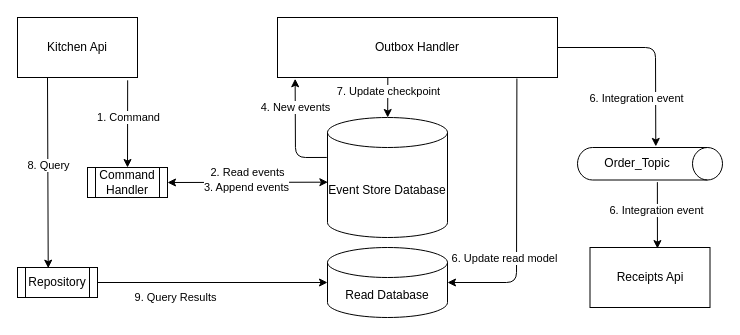
Above: Images/diagram.drawio in RobertoFreireFerrazPassos/EventSourcing-and-Cqrs (draw.io), before the change. Source tidied: cells renumbered, new cells numbered last; positions are measured from the earlier drawing's top-left corner, leaving out a move shared by most shapes. Both pictures are drawn from the tidied source at 100%, with x=0, y=0 at pixel (17, 17).
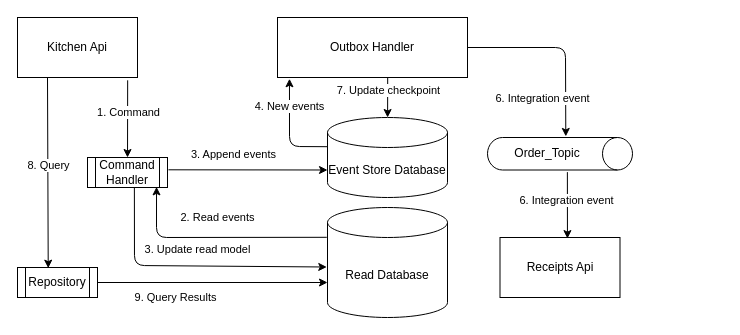
Above is the later version.

Unchanged cells that the change refers to:
```xml
<mxCell id="12" value="Repository" style="shape=process;whiteSpace=wrap;html=1;backgroundOutline=1;" parent="1" vertex="1">
  <mxGeometry y="250" width="80" height="30" as="geometry" />
</mxCell>
```

The edit, as a diff of the source:
```diff
@@
-    <mxCell id="2" value="4. New events" style="edgeStyle=none;html=1;exitX=-0.006;exitY=0.333;exitDx=0;exitDy=0;exitPerimeter=0;entryX=0.063;entryY=1.021;entryDx=0;entryDy=0;entryPerimeter=0;" parent="1" edge="1" source="20" target="15">
+    <mxCell id="2" value="4. New events" style="edgeStyle=none;html=1;exitX=0;exitY=0.365;exitDx=0;exitDy=0;exitPerimeter=0;entryX=0.063;entryY=1.021;entryDx=0;entryDy=0;entryPerimeter=0;" parent="1" edge="1" source="20" target="15">
       <mxGeometry x="0.48" relative="1" as="geometry">
         <Array as="points">
-          <mxPoint x="278" y="140" />
+          <mxPoint x="272" y="129" />
         </Array>
       </mxGeometry>
     </mxCell>
@@
+    <mxCell id="26" style="edgeStyle=none;html=1;entryX=0;entryY=0;entryDx=0;entryDy=52.5;entryPerimeter=0;exitX=1.012;exitY=0.41;exitDx=0;exitDy=0;exitPerimeter=0;" parent="1" edge="1" source="8" target="20">
+      <mxGeometry relative="1" as="geometry" />
+    </mxCell>
+    <mxCell id="10" value="3. Append events" style="edgeLabel;html=1;align=center;verticalAlign=middle;" parent="26" vertex="1">
+      <mxGeometry x="-0.18" relative="1" as="geometry">
+        <mxPoint y="-16" as="offset" />
+      </mxGeometry>
+    </mxCell>
     <mxCell id="8" value="Command Handler" style="shape=process;whiteSpace=wrap;html=1;backgroundOutline=1;" parent="1" vertex="1">
-      <mxGeometry x="70" y="150" width="80" height="30" as="geometry" />
+      <mxGeometry x="70" y="140" width="80" height="30" as="geometry" />
     </mxCell>
-    <mxCell id="9" value="2. Read events" style="endArrow=classic;startArrow=classic;html=1;exitX=1;exitY=0.5;exitDx=0;exitDy=0;entryX=0.003;entryY=0.539;entryDx=0;entryDy=0;entryPerimeter=0;" parent="1" edge="1" source="8" target="20">
-      <mxGeometry y="10" relative="1" as="geometry" />
-    </mxCell>
-    <mxCell id="10" value="3. Append events" style="edgeLabel;html=1;align=center;verticalAlign=middle;" parent="9" vertex="1">
-      <mxGeometry x="-0.43" relative="1" as="geometry">
-        <mxPoint x="33" y="5" as="offset" />
-      </mxGeometry>
-    </mxCell>
-    <mxCell id="11" value="9. Query Results" style="edgeStyle=none;html=1;entryX=0;entryY=0.5;entryDx=0;entryDy=0;entryPerimeter=0;exitX=1;exitY=0.5;exitDx=0;exitDy=0;" parent="1" edge="1" source="12" target="25">
+    <mxCell id="11" value="9. Query Results" style="edgeStyle=none;html=1;exitX=1;exitY=0.5;exitDx=0;exitDy=0;entryX=0;entryY=0;entryDx=0;entryDy=75;entryPerimeter=0;" parent="1" edge="1" source="12" target="25">
       <mxGeometry x="-0.32" y="-15" relative="1" as="geometry" />
     </mxCell>
@@
-    <mxCell id="13" style="edgeStyle=none;html=1;exitX=0.394;exitY=1.001;exitDx=0;exitDy=0;exitPerimeter=0;" parent="1" edge="1" source="15" target="20">
+    <mxCell id="13" style="edgeStyle=none;html=1;exitX=0.58;exitY=0.999;exitDx=0;exitDy=0;exitPerimeter=0;" parent="1" edge="1" source="15" target="20">
       <mxGeometry relative="1" as="geometry" />
     </mxCell>
@@
     <mxCell id="15" value="&lt;span&gt;Outbox Handler&lt;/span&gt;" style="rounded=0;whiteSpace=wrap;html=1;" parent="1" vertex="1">
-      <mxGeometry x="260" width="280" height="60" as="geometry" />
+      <mxGeometry x="260" width="190" height="60" as="geometry" />
     </mxCell>
     <mxCell id="16" style="edgeStyle=none;html=1;entryX=-0.033;entryY=0.46;entryDx=0;entryDy=0;entryPerimeter=0;exitX=1;exitY=0.5;exitDx=0;exitDy=0;" parent="1" edge="1" source="15" target="23">
       <mxGeometry relative="1" as="geometry">
         <Array as="points">
-          <mxPoint x="638" y="30" />
+          <mxPoint x="548" y="30" />
         </Array>
       </mxGeometry>
     </mxCell>
@@
-    <mxCell id="18" style="edgeStyle=none;html=1;entryX=1;entryY=0.5;entryDx=0;entryDy=0;entryPerimeter=0;exitX=0.855;exitY=1.017;exitDx=0;exitDy=0;exitPerimeter=0;" parent="1" edge="1" source="15" target="25">
+    <mxCell id="18" style="edgeStyle=none;html=1;exitX=0.586;exitY=1.014;exitDx=0;exitDy=0;exitPerimeter=0;entryX=-0.006;entryY=0.541;entryDx=0;entryDy=0;entryPerimeter=0;" parent="1" edge="1" source="8" target="25">
       <mxGeometry relative="1" as="geometry">
         <Array as="points">
-          <mxPoint x="499" y="265" />
+          <mxPoint x="117" y="248" />
         </Array>
       </mxGeometry>
     </mxCell>
-    <mxCell id="19" value="6. Update read model" style="edgeLabel;html=1;align=center;verticalAlign=middle;" parent="18" vertex="1">
+    <mxCell id="19" value="3. Update read model" style="edgeLabel;html=1;align=center;verticalAlign=middle;" parent="18" vertex="1">
       <mxGeometry x="0.63" y="-1" relative="1" as="geometry">
-        <mxPoint x="6" y="-24" as="offset" />
+        <mxPoint x="-80" y="-19" as="offset" />
       </mxGeometry>
     </mxCell>
     <mxCell id="20" value="Event Store Database" style="shape=cylinder3;whiteSpace=wrap;html=1;boundedLbl=1;backgroundOutline=1;size=15;" parent="1" vertex="1">
-      <mxGeometry x="310" y="100" width="120" height="120" as="geometry" />
+      <mxGeometry x="310" y="100" width="120" height="80" as="geometry" />
     </mxCell>
@@
     <mxCell id="23" value="Order_Topic" style="shape=cylinder3;whiteSpace=wrap;html=1;boundedLbl=1;backgroundOutline=1;size=15;rotation=0;flipV=0;flipH=0;direction=south;" parent="1" vertex="1">
-      <mxGeometry x="560" y="130" width="145" height="32.5" as="geometry" />
+      <mxGeometry x="470" y="120" width="145" height="32.5" as="geometry" />
     </mxCell>
     <mxCell id="24" value="&lt;span&gt;Receipts Api&lt;/span&gt;" style="rounded=0;whiteSpace=wrap;html=1;" parent="1" vertex="1">
-      <mxGeometry x="572.5" y="230" width="120" height="60" as="geometry" />
+      <mxGeometry x="482.5" y="220" width="120" height="60" as="geometry" />
     </mxCell>
+    <mxCell id="27" style="edgeStyle=none;html=1;entryX=0.863;entryY=0.979;entryDx=0;entryDy=0;entryPerimeter=0;exitX=-0.006;exitY=0.271;exitDx=0;exitDy=0;exitPerimeter=0;" parent="1" edge="1" source="25" target="8">
+      <mxGeometry relative="1" as="geometry">
+        <Array as="points">
+          <mxPoint x="139" y="220" />
+        </Array>
+      </mxGeometry>
+    </mxCell>
+    <mxCell id="9" value="&lt;div&gt;2. Read events&lt;/div&gt;" style="edgeLabel;html=1;align=center;verticalAlign=middle;" parent="27" vertex="1">
+      <mxGeometry x="0.22" y="-2" relative="1" as="geometry">
+        <mxPoint x="25" y="-18" as="offset" />
+      </mxGeometry>
+    </mxCell>
     <mxCell id="25" value="Read Database" style="shape=cylinder3;whiteSpace=wrap;html=1;boundedLbl=1;backgroundOutline=1;size=15;" parent="1" vertex="1">
-      <mxGeometry x="310" y="230" width="120" height="70" as="geometry" />
+      <mxGeometry x="310" y="190" width="120" height="110" as="geometry" />
     </mxCell>
```
